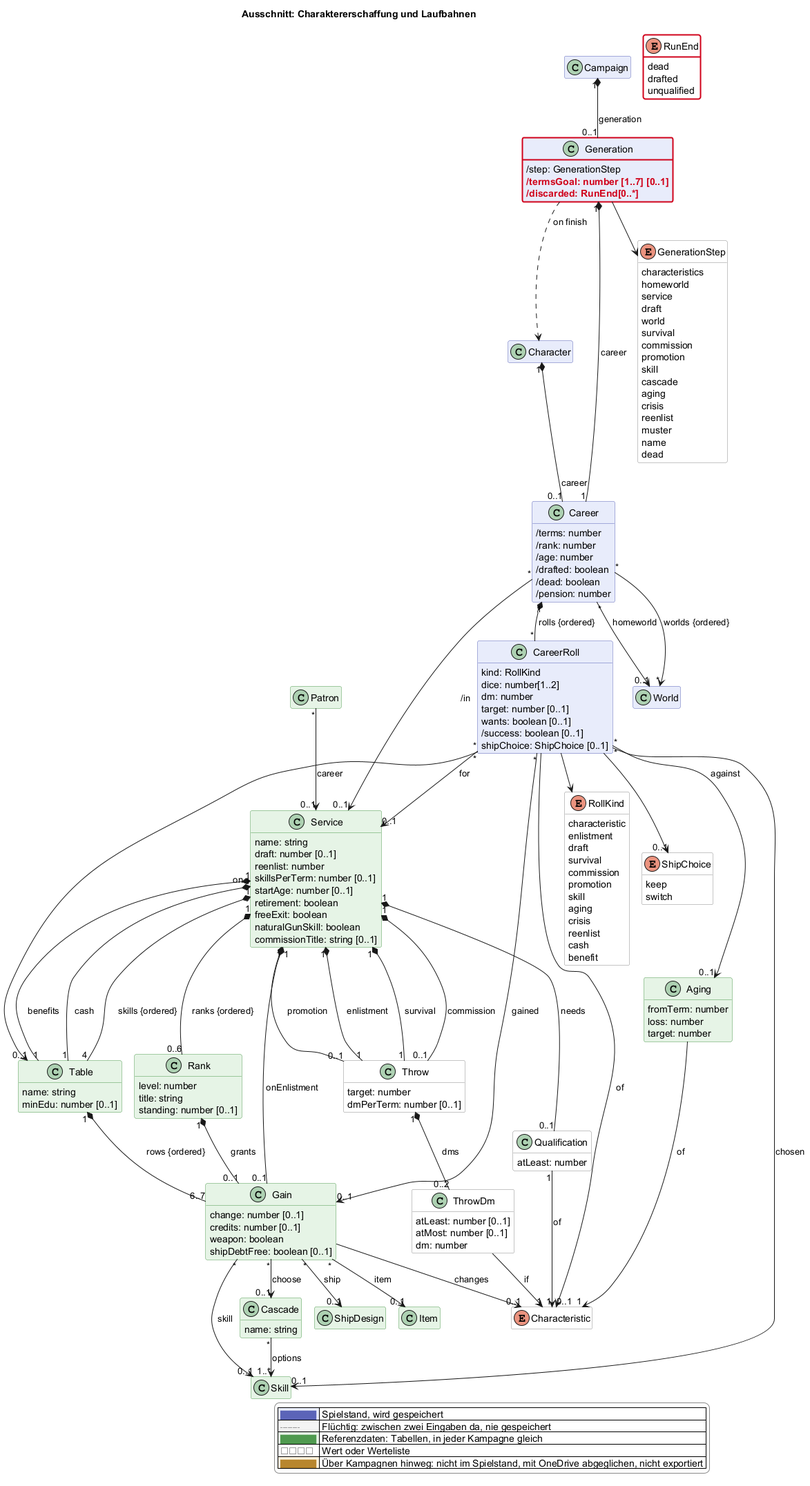
Above: docs/views/erschaffung.png in scuzzar/SRE (PlantUML), before the change.
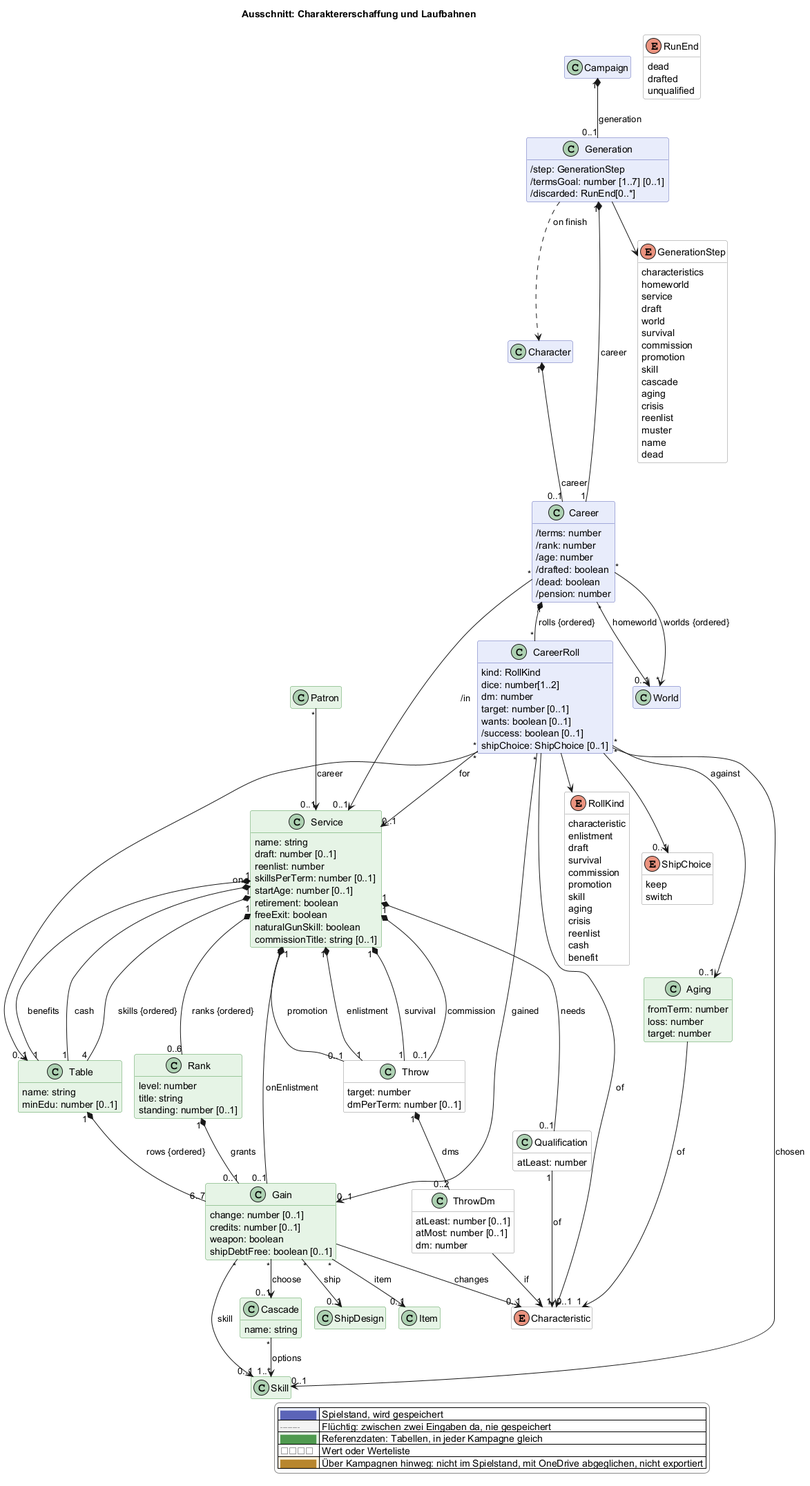
The same file after the commit.

Diff of the diagram source:
```diff
@@ -77,8 +77,8 @@
 
   class Generation $erschaffung {
     /step: GenerationStep
-    $new("2026-11-24f", "/termsGoal: number [1..7] [0..1]")
-    $new("2026-11-24g", "/discarded: RunEnd[0..*]")
+    /termsGoal: number [1..7] [0..1]
+    /discarded: RunEnd[0..*]
   }
   class Career $erschaffung {
     /terms: number
@@ -171,7 +171,7 @@
     keep
     switch
   }
-  enum RunEnd <<value>> $erschaffung $newClass("2026-11-24g") {
+  enum RunEnd <<value>> $erschaffung {
     dead
     drafted
     unqualified
@@ -258,5 +258,4 @@
   |<#ffffff> <color:#8a8a8a>□□□□</color> | Wert oder Werteliste |
   |<#fdf1dc> <color:#b8862e>████</color> | Über Kampagnen hinweg: nicht im Spielstand, mit OneDrive abgeglichen, nicht exportiert |
 endlegend
-class Generation #line:d0021b;line.bold
 @enduml
```
